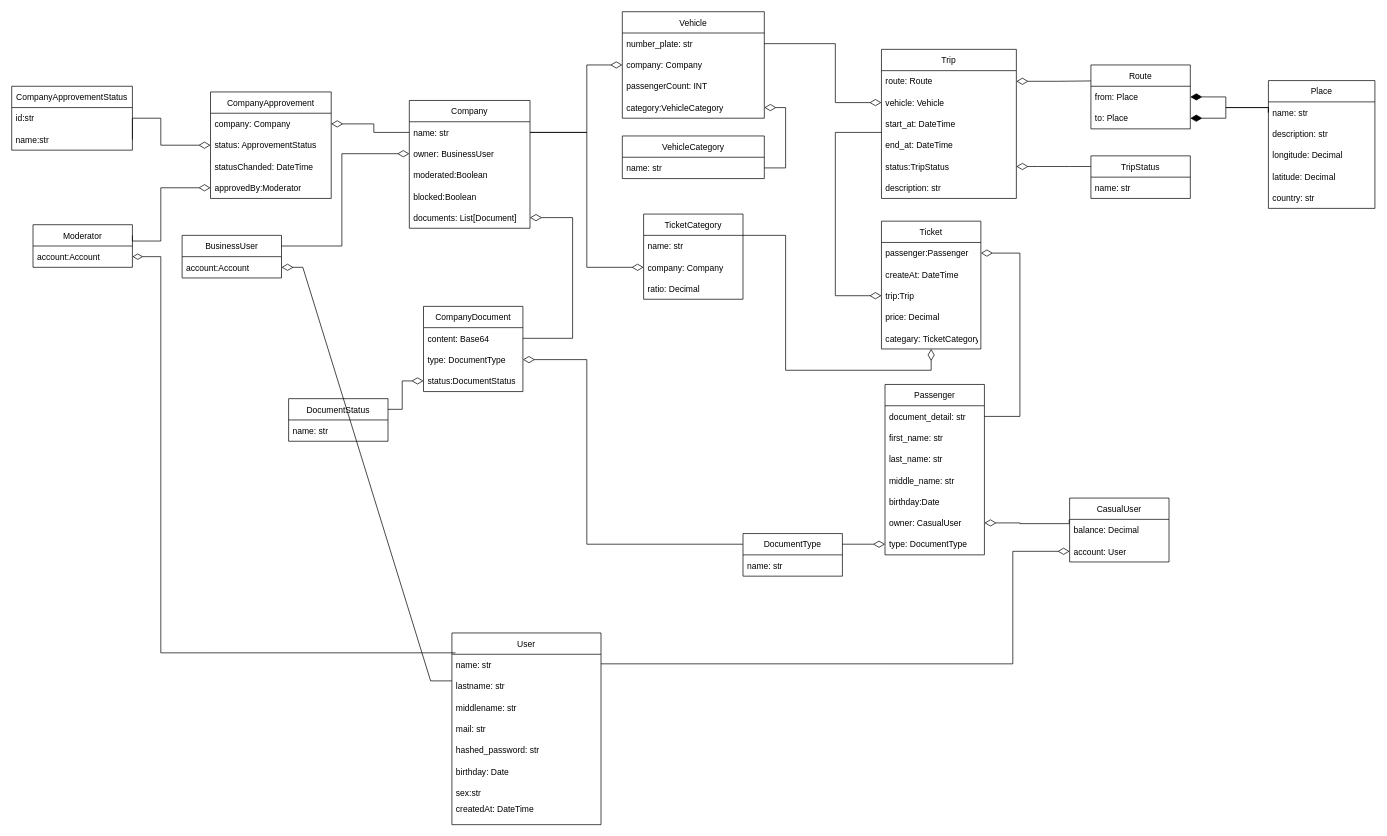
Above: VehicleAggModels.drawio in vehicle-aggregator/docs (draw.io), before the change. Source tidied: cells renumbered, new cells numbered last; positions are measured from the earlier drawing's top-left corner, leaving out a move shared by most shapes. Both pictures are drawn from the tidied source at 71%, with x=0, y=0 at pixel (11, 11).
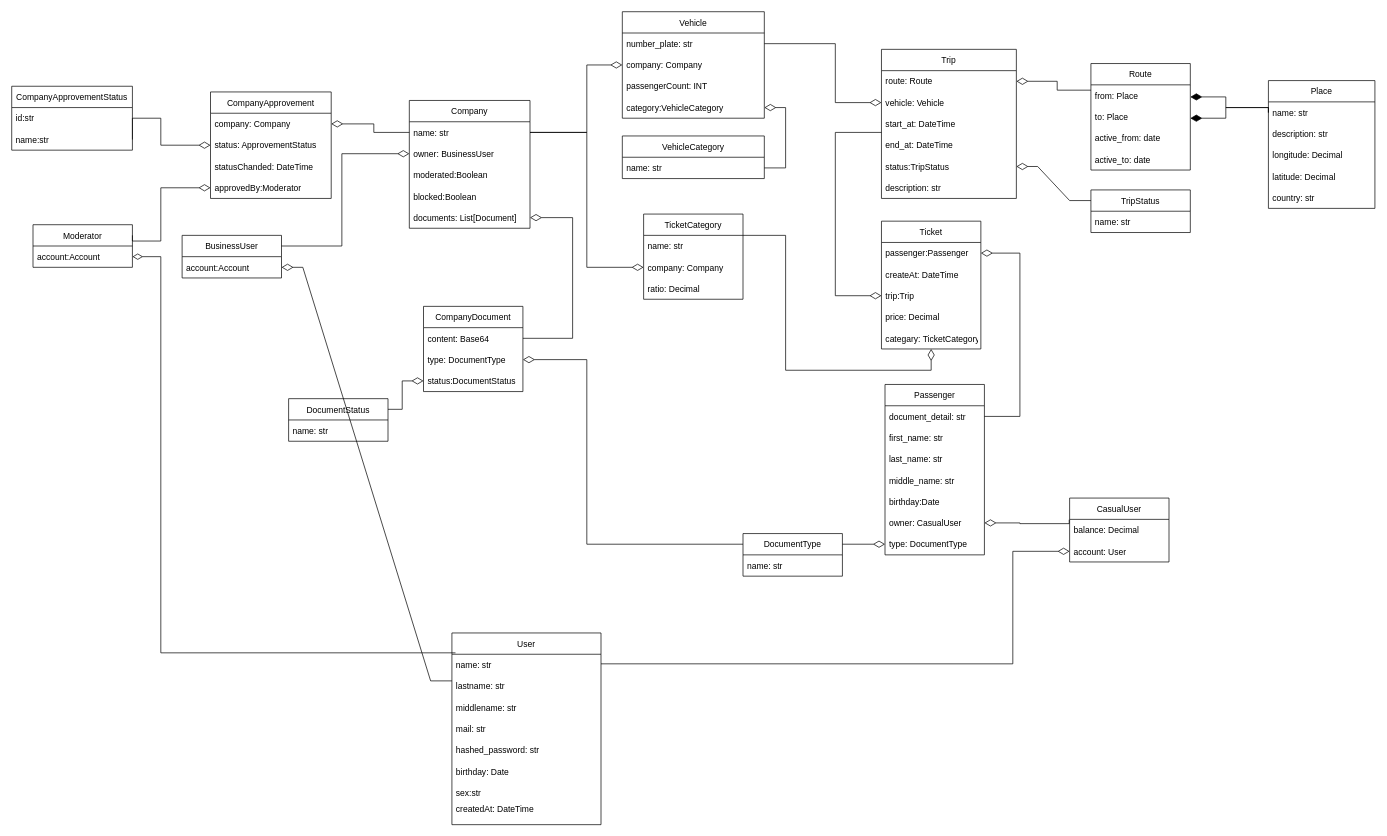
The same page after the edit.

The change refers to these unchanged cells:
```xml
<mxCell id="33" value="Place" style="swimlane;fontStyle=0;horizontal=1;startSize=30;" parent="1" vertex="1">
  <mxGeometry x="1770" y="97" width="150" height="180" as="geometry" />
</mxCell>
```

The edit, as a diff of the source:
```diff
@@
     <mxCell id="39" value="Route" style="swimlane;fontStyle=0;horizontal=1;startSize=30;" parent="1" vertex="1">
-      <mxGeometry x="1520" y="75" width="140" height="90" as="geometry" />
+      <mxGeometry x="1520" y="73" width="140" height="150" as="geometry" />
     </mxCell>
@@
+    <mxCell id="106" value="to: Place" style="text;strokeColor=none;fillColor=none;align=left;verticalAlign=middle;spacingLeft=4;spacingRight=4;overflow=hidden;" parent="39" vertex="1">
+      <mxGeometry y="60" width="140" height="30" as="geometry" />
+    </mxCell>
+    <mxCell id="107" value="active_from: date" style="text;strokeColor=none;fillColor=none;align=left;verticalAlign=middle;spacingLeft=4;spacingRight=4;overflow=hidden;" parent="39" vertex="1">
+      <mxGeometry y="90" width="140" height="30" as="geometry" />
+    </mxCell>
-    <mxCell id="41" value="to: Place" style="text;strokeColor=none;fillColor=none;align=left;verticalAlign=middle;spacingLeft=4;spacingRight=4;overflow=hidden;points=[[0,0.5],[1,0.5]];portConstraint=eastwest;" parent="39" vertex="1">
-      <mxGeometry y="60" width="140" height="30" as="geometry" />
+    <mxCell id="41" value="active_to: date " style="text;strokeColor=none;fillColor=none;align=left;verticalAlign=middle;spacingLeft=4;spacingRight=4;overflow=hidden;points=[[0,0.5],[1,0.5]];portConstraint=eastwest;" parent="39" vertex="1">
+      <mxGeometry y="120" width="140" height="30" as="geometry" />
     </mxCell>
@@
-    <mxCell id="43" style="edgeStyle=orthogonalEdgeStyle;rounded=0;jettySize=auto;html=1;elbow=vertical;entryX=0;entryY=0.25;entryDx=0;entryDy=0;endArrow=none;endFill=0;startArrow=diamondThin;startFill=1;endSize=11;startSize=14;" parent="1" edge="1" source="41" target="33">
+    <mxCell id="43" style="edgeStyle=orthogonalEdgeStyle;rounded=0;jettySize=auto;html=1;elbow=vertical;entryX=0;entryY=0.25;entryDx=0;entryDy=0;endArrow=none;endFill=0;startArrow=diamondThin;startFill=1;endSize=11;startSize=14;" parent="1" edge="1" target="33">
       <mxGeometry relative="1" as="geometry">
+        <mxPoint x="1660" y="150" as="sourcePoint" />
         <Array as="points">
           <mxPoint x="1710" y="150" />
           <mxPoint x="1710" y="135" />
           <mxPoint x="1770" y="135" />
         </Array>
       </mxGeometry>
     </mxCell>
@@
     <mxCell id="56" value="TripStatus" style="swimlane;fontStyle=0;horizontal=1;startSize=30;" parent="1" vertex="1">
-      <mxGeometry x="1520" y="203" width="140" height="60" as="geometry" />
+      <mxGeometry x="1520" y="251" width="140" height="60" as="geometry" />
     </mxCell>
```
